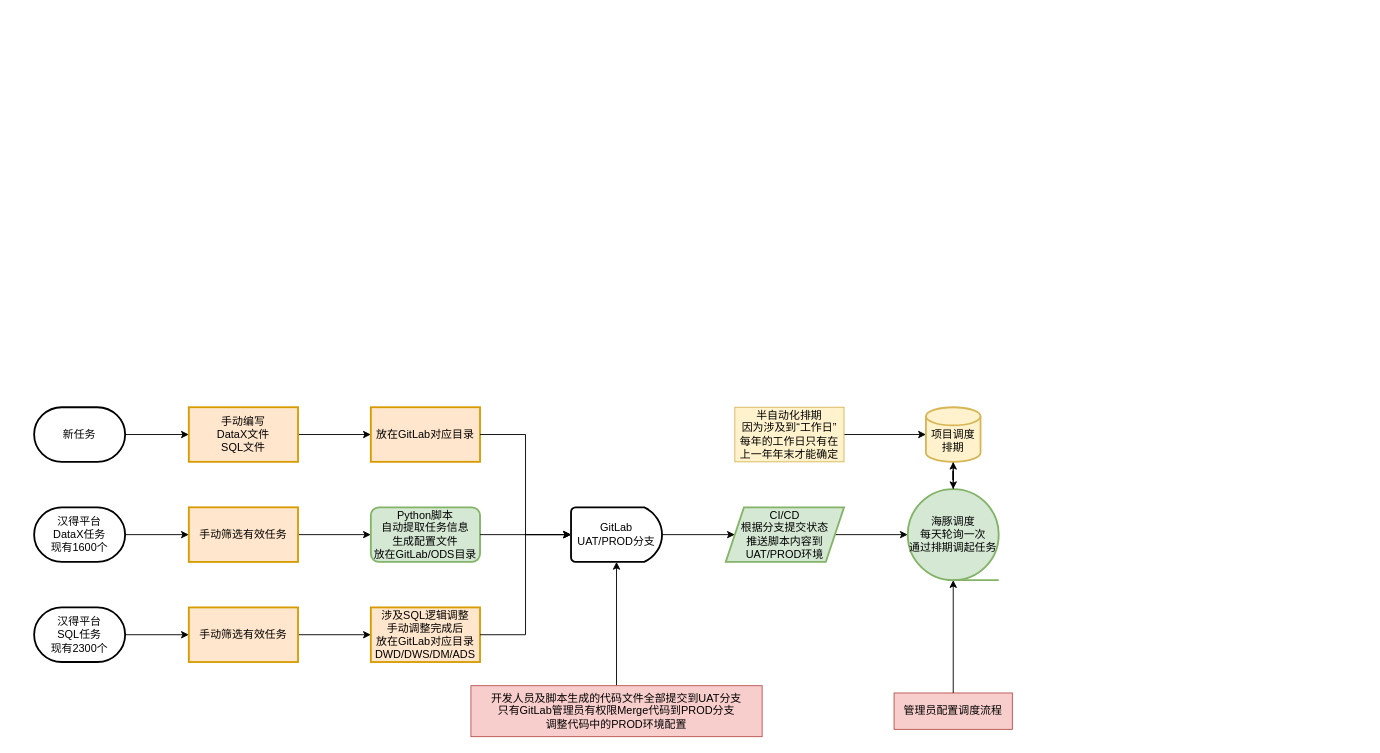
Earlier version of the draw.io diagram Sinoeyes/Draw创建测试.drawio (adonis-lau/Draw). Source tidied: cells renumbered, new cells numbered last; positions are measured from the earlier drawing's top-left corner, leaving out a move shared by most shapes. Both pictures are drawn from the tidied source at 91%, with x=0, y=0 at pixel (34, 407).
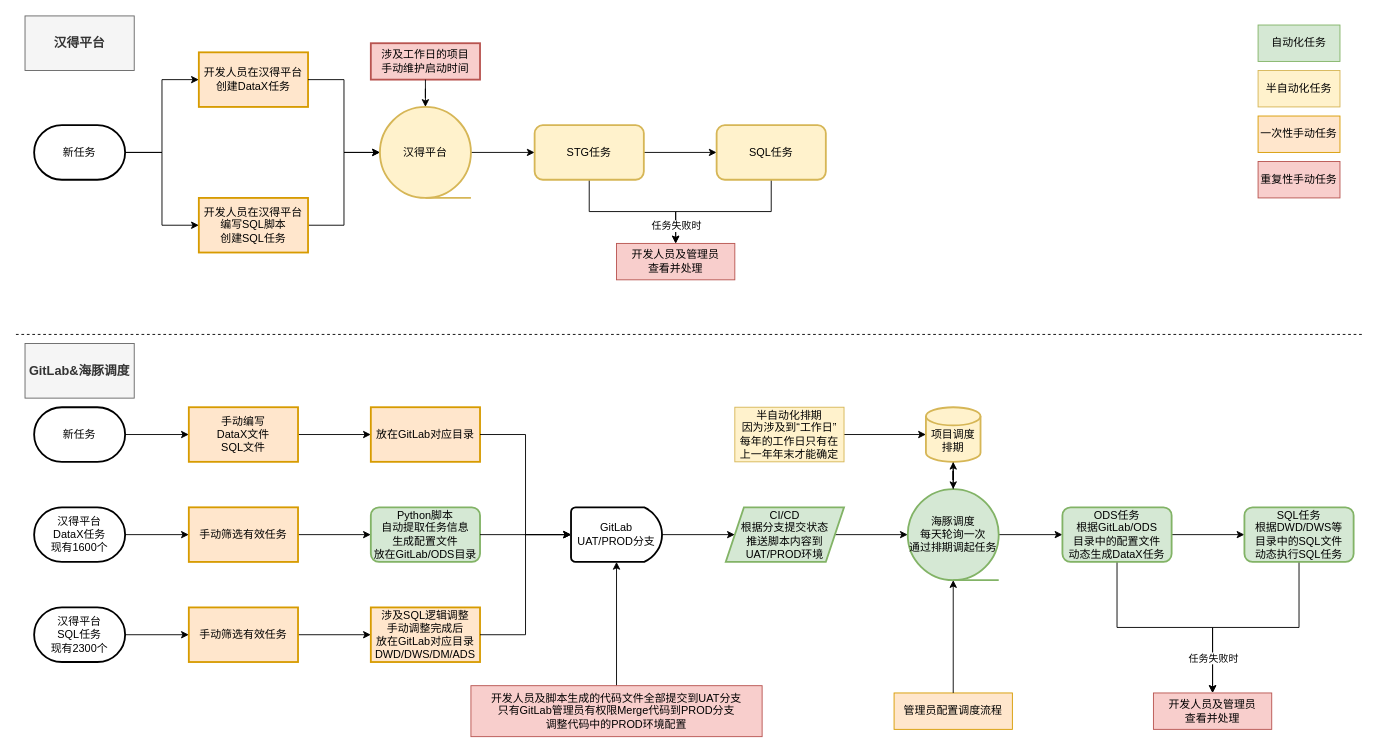
The same page after the edit.

Commit message:
汉得平台流程.drawio

Unchanged cells that the change refers to:
```xml
<mxCell id="26" value="海豚调度&lt;br&gt;每天轮询一次&lt;br&gt;通过排期调起任务" style="strokeWidth=2;html=1;shape=mxgraph.flowchart.sequential_data;whiteSpace=wrap;fillColor=#d5e8d4;strokeColor=#82b366;" parent="1" vertex="1">
  <mxGeometry x="960" y="90" width="100" height="100" as="geometry" />
</mxCell>
```

The edit, as a diff of the source:
```diff
@@
+    <mxCell id="34" style="edgeStyle=orthogonalEdgeStyle;rounded=0;jettySize=auto;html=1;" parent="1" edge="1" source="26" target="37">
+      <mxGeometry relative="1" as="geometry" />
+    </mxCell>
@@
-    <mxCell id="32" value="管理员配置调度流程" style="rounded=0;whiteSpace=wrap;html=1;fillColor=#f8cecc;strokeColor=#b85450;" parent="1" vertex="1">
+    <mxCell id="32" value="管理员配置调度流程" style="rounded=0;whiteSpace=wrap;html=1;fillColor=#ffe6cc;strokeColor=#d79b00;" parent="1" vertex="1">
       <mxGeometry x="945" y="314" width="130" height="40" as="geometry" />
     </mxCell>
@@
+    <mxCell id="35" style="edgeStyle=orthogonalEdgeStyle;rounded=0;jettySize=auto;html=1;" parent="1" edge="1" source="37" target="40">
+      <mxGeometry relative="1" as="geometry" />
+    </mxCell>
+    <mxCell id="36" style="edgeStyle=orthogonalEdgeStyle;rounded=0;jettySize=auto;html=1;entryX=0.5;entryY=0;entryDx=0;entryDy=0;" parent="1" edge="1" source="37" target="41">
+      <mxGeometry relative="1" as="geometry" />
+    </mxCell>
+    <mxCell id="37" value="ODS任务&lt;br&gt;根据GitLab/ODS&lt;br&gt;目录中的配置文件&lt;br&gt;动态生成DataX任务" style="rounded=1;whiteSpace=wrap;html=1;fillColor=#d5e8d4;strokeColor=#82b366;strokeWidth=2;" parent="1" vertex="1">
+      <mxGeometry x="1130" y="110" width="120" height="60" as="geometry" />
+    </mxCell>
+    <mxCell id="38" style="edgeStyle=orthogonalEdgeStyle;rounded=0;jettySize=auto;html=1;entryX=0.5;entryY=0;entryDx=0;entryDy=0;" parent="1" edge="1" source="40" target="41">
+      <mxGeometry relative="1" as="geometry" />
+    </mxCell>
+    <mxCell id="39" value="任务失败时" style="edgeLabel;html=1;align=center;verticalAlign=middle;" parent="38" vertex="1">
+      <mxGeometry x="0.63" y="-1" relative="1" as="geometry">
+        <mxPoint x="1" y="5" as="offset" />
+      </mxGeometry>
+    </mxCell>
+    <mxCell id="40" value="SQL任务&lt;br&gt;根据DWD/DWS等&lt;br&gt;目录中的SQL文件&lt;br&gt;动态执行SQL任务" style="whiteSpace=wrap;html=1;fillColor=#d5e8d4;strokeColor=#82b366;rounded=1;strokeWidth=2;" parent="1" vertex="1">
+      <mxGeometry x="1330" y="110" width="120" height="60" as="geometry" />
+    </mxCell>
+    <mxCell id="41" value="开发人员及管理员&lt;br&gt;查看并处理" style="rounded=0;whiteSpace=wrap;html=1;fillColor=#f8cecc;strokeColor=#b85450;" parent="1" vertex="1">
+      <mxGeometry x="1230" y="314" width="130" height="40" as="geometry" />
+    </mxCell>
+    <mxCell id="42" style="endArrow=none;dashed=1;html=1;rounded=0;" parent="1" edge="1">
+      <mxGeometry relative="1" as="geometry">
+        <mxPoint x="-20" y="-80" as="sourcePoint" />
+        <mxPoint x="1460" y="-80" as="targetPoint" />
+      </mxGeometry>
+    </mxCell>
+    <mxCell id="43" style="edgeStyle=orthogonalEdgeStyle;rounded=0;jettySize=auto;html=1;entryX=0;entryY=0.5;entryDx=0;entryDy=0;" parent="1" edge="1" source="45" target="46">
+      <mxGeometry relative="1" as="geometry" />
+    </mxCell>
+    <mxCell id="44" style="edgeStyle=orthogonalEdgeStyle;rounded=0;jettySize=auto;html=1;entryX=0;entryY=0.5;entryDx=0;entryDy=0;" parent="1" edge="1" source="45" target="48">
+      <mxGeometry relative="1" as="geometry" />
+    </mxCell>
+    <mxCell id="45" value="新任务" style="strokeWidth=2;html=1;shape=mxgraph.flowchart.terminator;whiteSpace=wrap;" parent="1" vertex="1">
+      <mxGeometry y="-310" width="100" height="60" as="geometry" />
+    </mxCell>
+    <mxCell id="46" value="开发人员在汉得平台&lt;br&gt;创建DataX任务" style="whiteSpace=wrap;html=1;strokeWidth=2;fillColor=#ffe6cc;strokeColor=#d79b00;" parent="1" vertex="1">
+      <mxGeometry x="181" y="-390" width="120" height="60" as="geometry" />
+    </mxCell>
+    <mxCell id="47" style="edgeStyle=orthogonalEdgeStyle;rounded=0;jettySize=auto;html=1;entryX=0;entryY=0.5;entryDx=0;entryDy=0;entryPerimeter=0;" parent="1" edge="1" source="48" target="50">
+      <mxGeometry relative="1" as="geometry" />
+    </mxCell>
+    <mxCell id="48" value="开发人员在汉得平台&lt;br&gt;编写SQL脚本&lt;br&gt;创建SQL任务" style="whiteSpace=wrap;html=1;strokeWidth=2;fillColor=#ffe6cc;strokeColor=#d79b00;" parent="1" vertex="1">
+      <mxGeometry x="181" y="-230" width="120" height="60" as="geometry" />
+    </mxCell>
+    <mxCell id="49" style="edgeStyle=orthogonalEdgeStyle;rounded=0;jettySize=auto;html=1;" parent="1" edge="1" source="50" target="55">
+      <mxGeometry relative="1" as="geometry" />
+    </mxCell>
+    <mxCell id="50" value="汉得平台" style="strokeWidth=2;html=1;shape=mxgraph.flowchart.sequential_data;whiteSpace=wrap;fillColor=#fff2cc;strokeColor=#d6b656;" parent="1" vertex="1">
+      <mxGeometry x="380" y="-330" width="100" height="100" as="geometry" />
+    </mxCell>
+    <mxCell id="51" value="涉及工作日的项目&lt;br&gt;手动维护启动时间" style="whiteSpace=wrap;html=1;strokeWidth=2;fillColor=#f8cecc;strokeColor=#b85450;" parent="1" vertex="1">
+      <mxGeometry x="370" y="-400" width="120" height="40" as="geometry" />
+    </mxCell>
+    <mxCell id="52" style="edgeStyle=orthogonalEdgeStyle;rounded=0;jettySize=auto;html=1;entryX=0.5;entryY=0;entryDx=0;entryDy=0;entryPerimeter=0;" parent="1" edge="1" source="51" target="50">
+      <mxGeometry relative="1" as="geometry" />
+    </mxCell>
+    <mxCell id="53" style="edgeStyle=orthogonalEdgeStyle;rounded=0;jettySize=auto;html=1;" parent="1" edge="1" source="55" target="58">
+      <mxGeometry relative="1" as="geometry" />
+    </mxCell>
+    <mxCell id="54" style="edgeStyle=orthogonalEdgeStyle;rounded=0;jettySize=auto;html=1;entryX=0.5;entryY=0;entryDx=0;entryDy=0;" parent="1" edge="1" source="55" target="59">
+      <mxGeometry relative="1" as="geometry" />
+    </mxCell>
+    <mxCell id="55" value="STG任务" style="rounded=1;whiteSpace=wrap;html=1;fillColor=#fff2cc;strokeColor=#d6b656;strokeWidth=2;" parent="1" vertex="1">
+      <mxGeometry x="550" y="-310" width="120" height="60" as="geometry" />
+    </mxCell>
+    <mxCell id="56" style="edgeStyle=orthogonalEdgeStyle;rounded=0;jettySize=auto;html=1;entryX=0.5;entryY=0;entryDx=0;entryDy=0;" parent="1" edge="1" source="58" target="59">
+      <mxGeometry relative="1" as="geometry" />
+    </mxCell>
+    <mxCell id="57" value="任务失败时" style="edgeLabel;html=1;align=center;verticalAlign=middle;" parent="56" vertex="1">
+      <mxGeometry x="0.77" y="5" relative="1" as="geometry">
+        <mxPoint x="-5" as="offset" />
+      </mxGeometry>
+    </mxCell>
+    <mxCell id="58" value="SQL任务" style="whiteSpace=wrap;html=1;fillColor=#fff2cc;strokeColor=#d6b656;rounded=1;strokeWidth=2;" parent="1" vertex="1">
+      <mxGeometry x="750" y="-310" width="120" height="60" as="geometry" />
+    </mxCell>
+    <mxCell id="59" value="开发人员及管理员&lt;br style=&quot;border-color: var(--border-color);&quot;&gt;查看并处理" style="rounded=0;whiteSpace=wrap;html=1;fillColor=#f8cecc;strokeColor=#b85450;" parent="1" vertex="1">
+      <mxGeometry x="640" y="-180" width="130" height="40" as="geometry" />
+    </mxCell>
+    <mxCell id="60" style="edgeStyle=orthogonalEdgeStyle;rounded=0;jettySize=auto;html=1;entryX=0;entryY=0.5;entryDx=0;entryDy=0;entryPerimeter=0;" parent="1" edge="1" source="46" target="50">
+      <mxGeometry relative="1" as="geometry" />
+    </mxCell>
+    <mxCell id="61" value="&lt;b&gt;&lt;font style=&quot;font-size: 14px;&quot;&gt;汉得平台&lt;/font&gt;&lt;/b&gt;" style="rounded=0;whiteSpace=wrap;html=1;fillColor=#f5f5f5;fontColor=#333333;strokeColor=#666666;" parent="1" vertex="1">
+      <mxGeometry x="-10" y="-430" width="120" height="60" as="geometry" />
+    </mxCell>
+    <mxCell id="62" style="endArrow=none;dashed=1;html=1;rounded=0;" parent="1" edge="1">
+      <mxGeometry relative="1" as="geometry">
+        <mxPoint x="-20" y="-80" as="sourcePoint" />
+        <mxPoint x="-20" y="-80" as="targetPoint" />
+      </mxGeometry>
+    </mxCell>
+    <mxCell id="63" value="&lt;b&gt;&lt;font style=&quot;font-size: 14px;&quot;&gt;GitLab&amp;amp;海豚调度&lt;/font&gt;&lt;/b&gt;" style="rounded=0;whiteSpace=wrap;html=1;fillColor=#f5f5f5;fontColor=#333333;strokeColor=#666666;" parent="1" vertex="1">
+      <mxGeometry x="-10" y="-70" width="120" height="60" as="geometry" />
+    </mxCell>
+    <mxCell id="64" value="一次性手动任务" style="whiteSpace=wrap;html=1;fillColor=#ffe6cc;strokeColor=#d79b00;" parent="1" vertex="1">
+      <mxGeometry x="1345" y="-320" width="90" height="40" as="geometry" />
+    </mxCell>
+    <mxCell id="65" value="重复性手动任务" style="whiteSpace=wrap;html=1;fillColor=#f8cecc;strokeColor=#b85450;" parent="1" vertex="1">
+      <mxGeometry x="1345" y="-270" width="90" height="40" as="geometry" />
+    </mxCell>
+    <mxCell id="66" value="自动化任务" style="whiteSpace=wrap;html=1;fillColor=#d5e8d4;strokeColor=#82b366;" parent="1" vertex="1">
+      <mxGeometry x="1345" y="-420" width="90" height="40" as="geometry" />
+    </mxCell>
+    <mxCell id="67" value="半自动化任务" style="whiteSpace=wrap;html=1;fillColor=#fff2cc;strokeColor=#d6b656;" parent="1" vertex="1">
+      <mxGeometry x="1345" y="-370" width="90" height="40" as="geometry" />
+    </mxCell>
```
